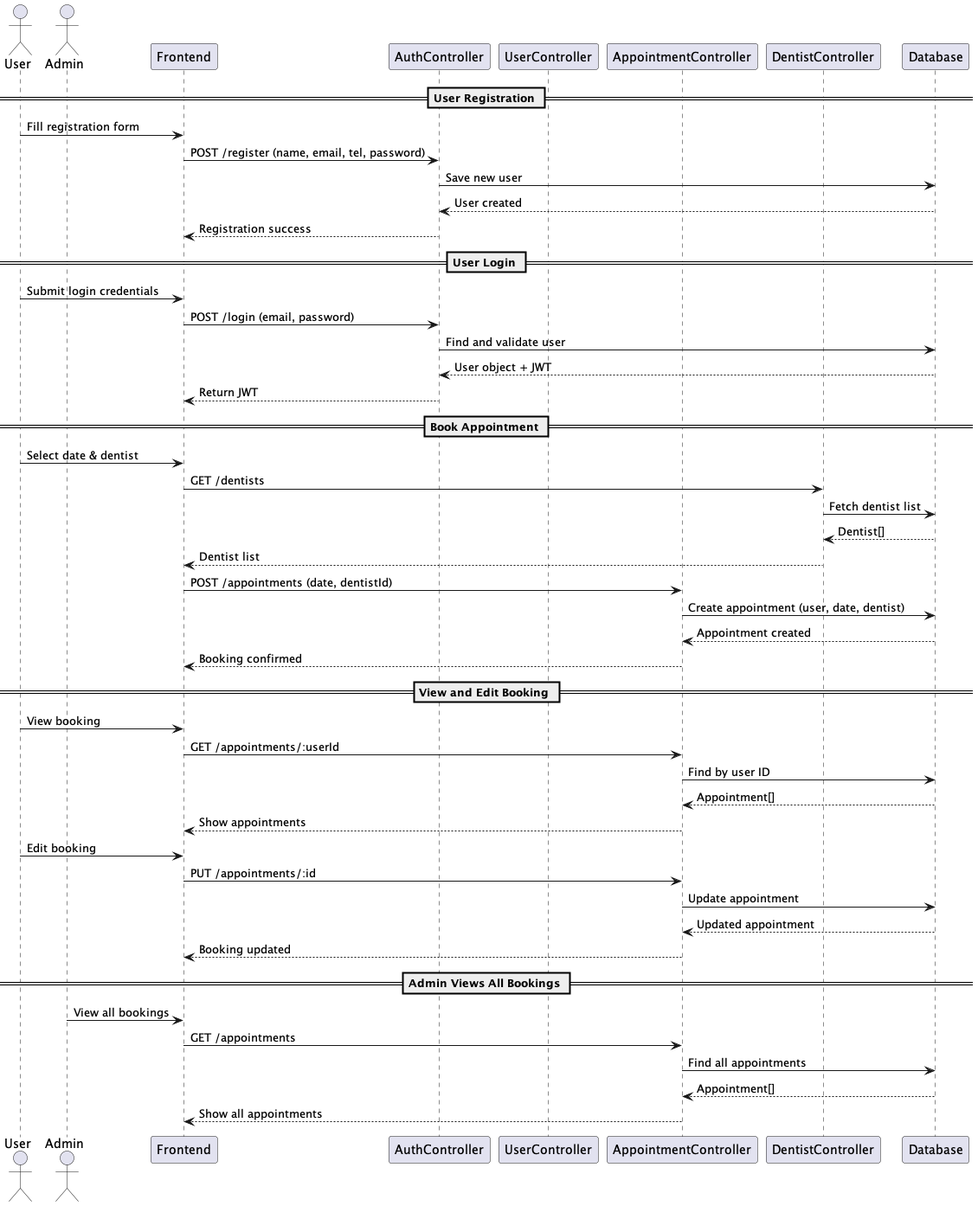
Before: plantuml/sequence-diagram.png, a diagram exported from PlantUML (PatMSK/SWdevprac-project).
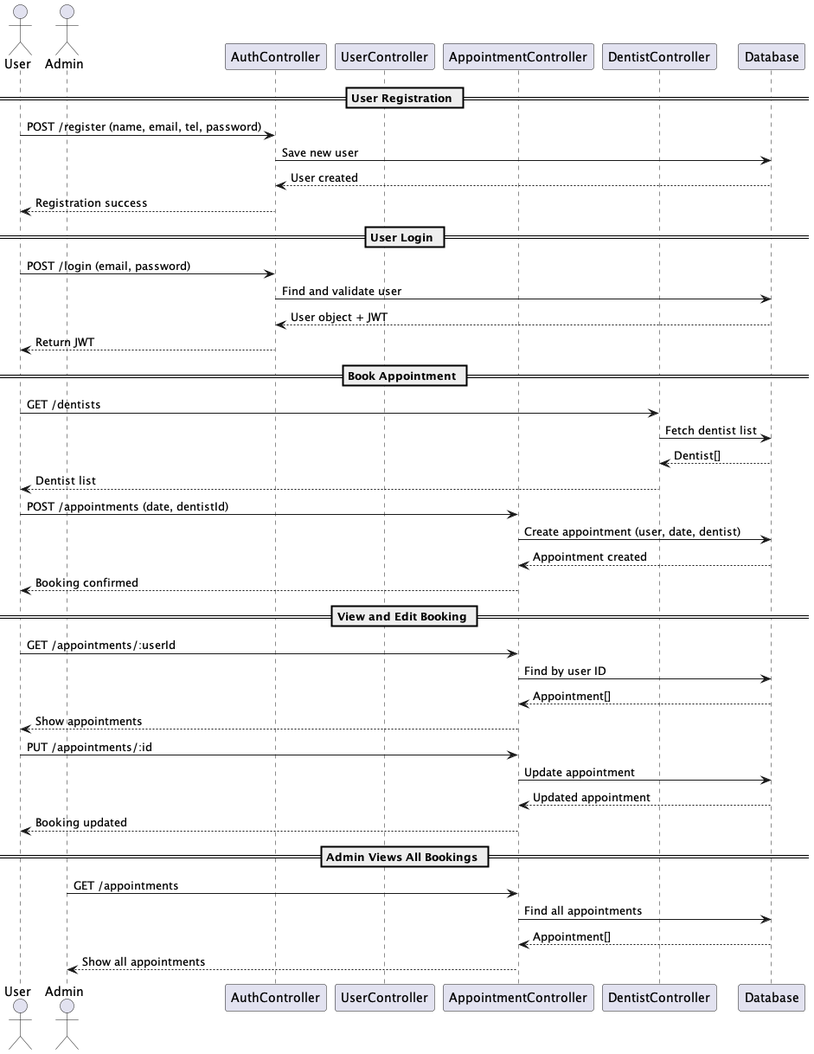
After the commit.

What changed in the source:
```diff
@@ -2,7 +2,6 @@
 actor User
 actor Admin
 
-participant "Frontend" as FE
 participant "AuthController" as Auth
 participant "UserController" as UserCtrl
 participant "AppointmentController" as ApptCtrl
@@ -10,48 +9,42 @@
 participant "Database" as DB
 
 == User Registration ==
-User -> FE : Fill registration form
-FE -> Auth : POST /register (name, email, tel, password)
+User -> Auth : POST /register (name, email, tel, password)
 Auth -> DB : Save new user
 DB --> Auth : User created
-Auth --> FE : Registration success
+Auth --> User : Registration success
 
 == User Login ==
-User -> FE : Submit login credentials
-FE -> Auth : POST /login (email, password)
+User -> Auth : POST /login (email, password)
 Auth -> DB : Find and validate user
 DB --> Auth : User object + JWT
-Auth --> FE : Return JWT
+Auth --> User : Return JWT
 
 == Book Appointment ==
-User -> FE : Select date & dentist
-FE -> DentistCtrl : GET /dentists
+User -> DentistCtrl : GET /dentists
 DentistCtrl -> DB : Fetch dentist list
 DB --> DentistCtrl : Dentist[]
-DentistCtrl --> FE : Dentist list
+DentistCtrl --> User : Dentist list
 
-FE -> ApptCtrl : POST /appointments (date, dentistId)
+User -> ApptCtrl : POST /appointments (date, dentistId)
 ApptCtrl -> DB : Create appointment (user, date, dentist)
 DB --> ApptCtrl : Appointment created
-ApptCtrl --> FE : Booking confirmed
+ApptCtrl --> User : Booking confirmed
 
 == View and Edit Booking ==
-User -> FE : View booking
-FE -> ApptCtrl : GET /appointments/:userId
+User -> ApptCtrl : GET /appointments/:userId
 ApptCtrl -> DB : Find by user ID
 DB --> ApptCtrl : Appointment[]
-ApptCtrl --> FE : Show appointments
+ApptCtrl --> User : Show appointments
 
-User -> FE : Edit booking
-FE -> ApptCtrl : PUT /appointments/:id
+User -> ApptCtrl : PUT /appointments/:id
 ApptCtrl -> DB : Update appointment
 DB --> ApptCtrl : Updated appointment
-ApptCtrl --> FE : Booking updated
+ApptCtrl --> User : Booking updated
 
 == Admin Views All Bookings ==
-Admin -> FE : View all bookings
-FE -> ApptCtrl : GET /appointments
+Admin -> ApptCtrl : GET /appointments
 ApptCtrl -> DB : Find all appointments
 DB --> ApptCtrl : Appointment[]
-ApptCtrl --> FE : Show all appointments
+ApptCtrl --> Admin : Show all appointments
 @enduml
```
